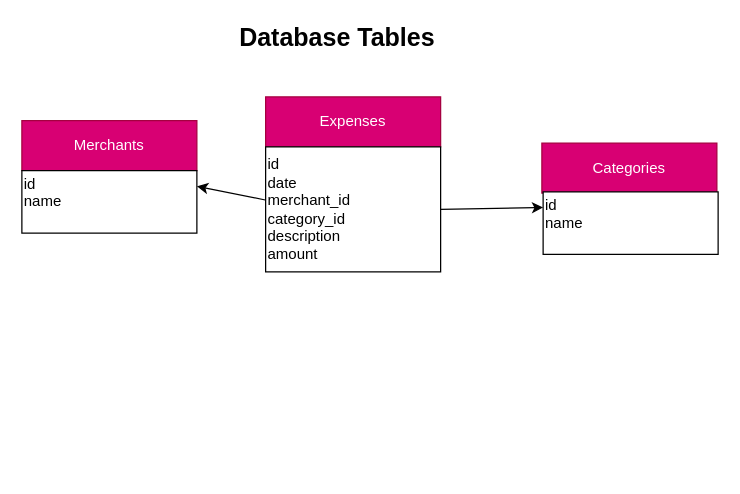
sandramolina/pythonic_expense_tracker keeps this draw.io diagram as page "database" (3 of 3) of diagrams_expense_tracker.drawio. Above is the earlier version. Source tidied: cells renumbered, new cells numbered last; positions are measured from the earlier drawing's top-left corner, leaving out a move shared by most shapes. Both pictures are drawn from the tidied source at 125%, with x=0, y=0 at pixel (21, 22).
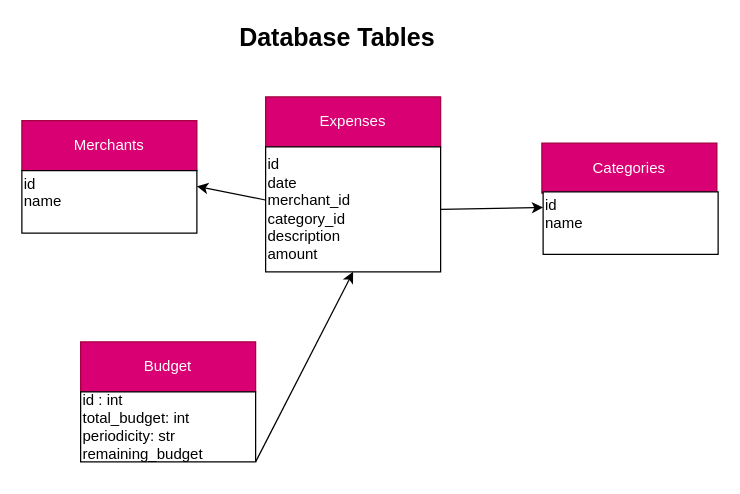
The same page after the edit.

Commit message:
adds budget table

The edit, as a diff of the source:
```diff
@@
 <mxGraphModel>
   <root>
     <mxCell id="0" />
     <mxCell id="1" parent="0" />
     <mxCell id="2" value="Expenses" style="whiteSpace=wrap;html=1;fillColor=#d80073;strokeColor=#A50040;fontColor=#ffffff;" parent="1" vertex="1">
       <mxGeometry x="195" y="59" width="140" height="40" as="geometry" />
     </mxCell>
     <mxCell id="3" style="edgeStyle=none;html=1;exitX=-0.002;exitY=0.425;exitDx=0;exitDy=0;entryX=1;entryY=0.25;entryDx=0;entryDy=0;fontSize=20;exitPerimeter=0;" parent="1" edge="1" source="5" target="7">
       <mxGeometry relative="1" as="geometry" />
     </mxCell>
     <mxCell id="4" style="edgeStyle=none;html=1;exitX=1;exitY=0.5;exitDx=0;exitDy=0;entryX=0;entryY=0.25;entryDx=0;entryDy=0;fontSize=20;" parent="1" edge="1" source="5" target="9">
       <mxGeometry relative="1" as="geometry" />
     </mxCell>
     <mxCell id="5" value="&lt;div&gt;&lt;span&gt;id&lt;/span&gt;&lt;/div&gt;&lt;div&gt;&lt;span&gt;date&lt;/span&gt;&lt;/div&gt;&lt;div&gt;&lt;span&gt;merchant_id&lt;/span&gt;&lt;/div&gt;&lt;div&gt;&lt;span&gt;category_id&lt;/span&gt;&lt;/div&gt;&lt;div&gt;description&lt;span&gt;&lt;br&gt;&lt;/span&gt;&lt;/div&gt;&lt;div&gt;&lt;span&gt;amount&lt;/span&gt;&lt;/div&gt;" style="whiteSpace=wrap;html=1;align=left;" parent="1" vertex="1">
       <mxGeometry x="195" y="99" width="140" height="100" as="geometry" />
     </mxCell>
     <mxCell id="6" value="Merchants" style="whiteSpace=wrap;html=1;fillColor=#d80073;fontColor=#ffffff;strokeColor=#A50040;" parent="1" vertex="1">
       <mxGeometry y="78" width="140" height="40" as="geometry" />
     </mxCell>
     <mxCell id="7" value="&lt;div&gt;&lt;span&gt;id&amp;nbsp;&lt;/span&gt;&lt;/div&gt;&lt;div&gt;name&lt;/div&gt;&lt;div&gt;&lt;span&gt;&lt;br&gt;&lt;/span&gt;&lt;/div&gt;" style="whiteSpace=wrap;html=1;align=left;" parent="1" vertex="1">
       <mxGeometry y="118" width="140" height="50" as="geometry" />
     </mxCell>
     <mxCell id="8" value="Categories" style="whiteSpace=wrap;html=1;fillColor=#d80073;fontColor=#ffffff;strokeColor=#A50040;" parent="1" vertex="1">
       <mxGeometry x="416" y="96" width="140" height="40" as="geometry" />
     </mxCell>
     <mxCell id="9" value="&lt;div&gt;&lt;span&gt;id&lt;/span&gt;&lt;/div&gt;&lt;div&gt;name&lt;/div&gt;&lt;div&gt;&lt;span&gt;&lt;br&gt;&lt;/span&gt;&lt;/div&gt;" style="whiteSpace=wrap;html=1;align=left;" parent="1" vertex="1">
       <mxGeometry x="417" y="135" width="140" height="50" as="geometry" />
     </mxCell>
     <mxCell id="10" value="&lt;b&gt;&lt;font style=&quot;font-size: 20px&quot;&gt;Database Tables&lt;/font&gt;&lt;/b&gt;" style="text;html=1;align=center;verticalAlign=middle;fillColor=none;strokeColor=none;rounded=0;" parent="1" vertex="1">
       <mxGeometry x="169" width="166" height="21" as="geometry" />
     </mxCell>
+    <mxCell id="11" value="Budget" style="whiteSpace=wrap;html=1;fillColor=#d80073;fontColor=#ffffff;strokeColor=#A50040;" parent="1" vertex="1">
+      <mxGeometry x="47" y="255" width="140" height="40" as="geometry" />
+    </mxCell>
+    <mxCell id="12" style="edgeStyle=none;html=1;exitX=1;exitY=1;exitDx=0;exitDy=0;entryX=0.5;entryY=1;entryDx=0;entryDy=0;" parent="1" edge="1" source="13" target="5">
+      <mxGeometry relative="1" as="geometry" />
+    </mxCell>
+    <mxCell id="13" value="&lt;div&gt;&lt;span&gt;id : int&lt;/span&gt;&lt;/div&gt;&lt;div&gt;total_budget: int&lt;/div&gt;&lt;div&gt;periodicity: str&lt;/div&gt;&lt;div&gt;remaining_budget&lt;/div&gt;" style="whiteSpace=wrap;html=1;align=left;" parent="1" vertex="1">
+      <mxGeometry x="47" y="295" width="140" height="56" as="geometry" />
+    </mxCell>
   </root>
 </mxGraphModel>
```
